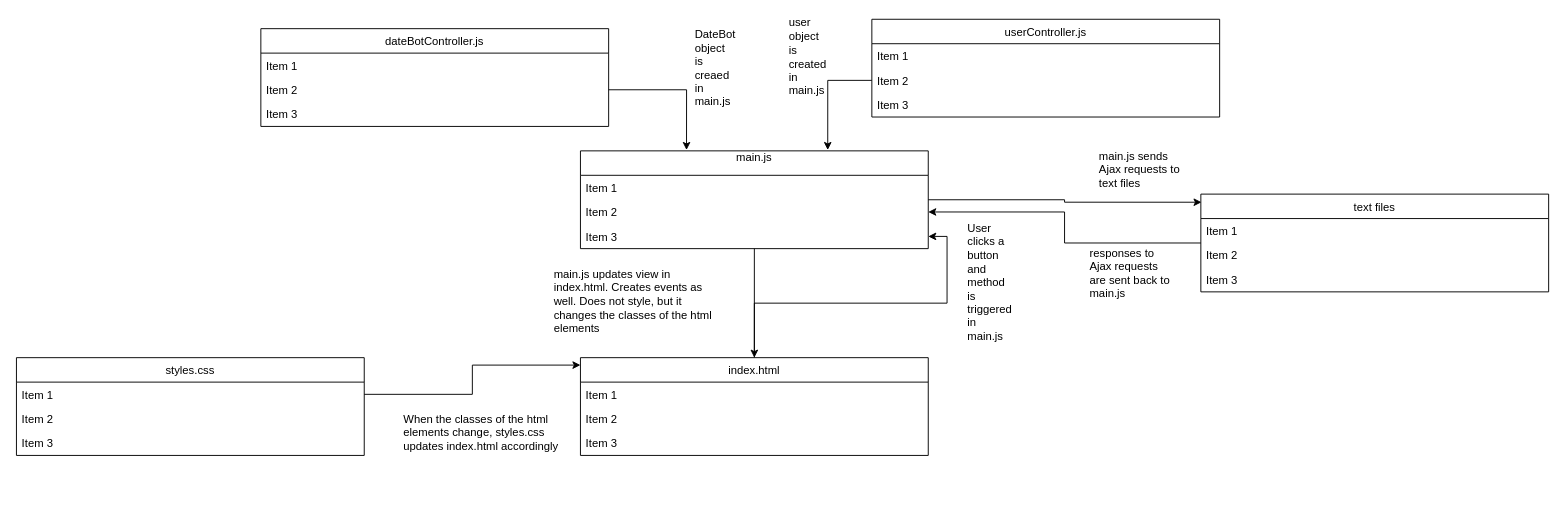
jadenmounteer/DateBot keeps this draw.io diagram as page "UML" (3 of 3) of mockups/mockups.drawio. Above is the earlier version. Source tidied: cells renumbered, new cells numbered last; positions are measured from the earlier drawing's top-left corner, leaving out a move shared by most shapes. Both pictures are drawn from the tidied source at 94%, with x=0, y=0 at pixel (16, 19).
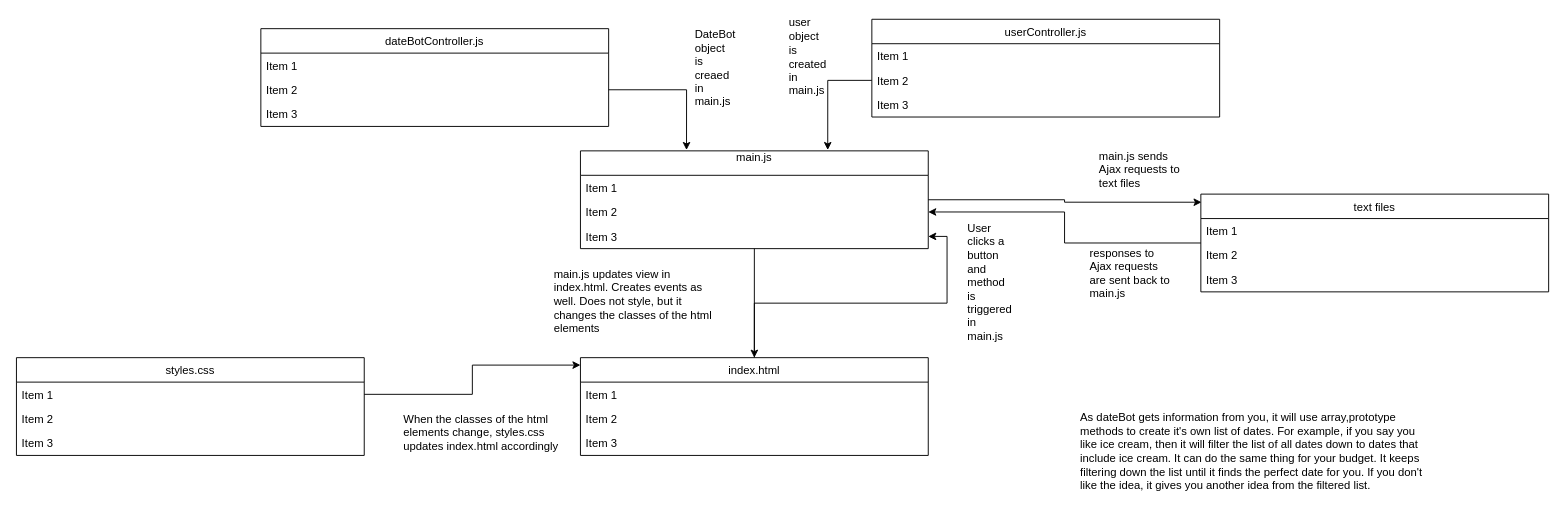
After the change.

Commit message (it also covers changes not shown here):
Fixed the large gif file for datebot

Diff of the diagram source:
```diff
@@
+    <mxCell id="40" value="As dateBot gets information from you, it will use array,prototype methods to create it's own list of dates. For example, if you say you like ice cream, then it will filter the list of all dates down to dates that include ice cream. It can do the same thing for your budget. It keeps filtering down the list until it finds the perfect date for you. If you don't like the idea, it gives you another idea from the filtered list." style="text;html=1;strokeColor=none;fillColor=none;align=left;verticalAlign=middle;whiteSpace=wrap;rounded=0;" parent="1" vertex="1">
+      <mxGeometry x="1130" y="450" width="370" height="20" as="geometry" />
+    </mxCell>
```
